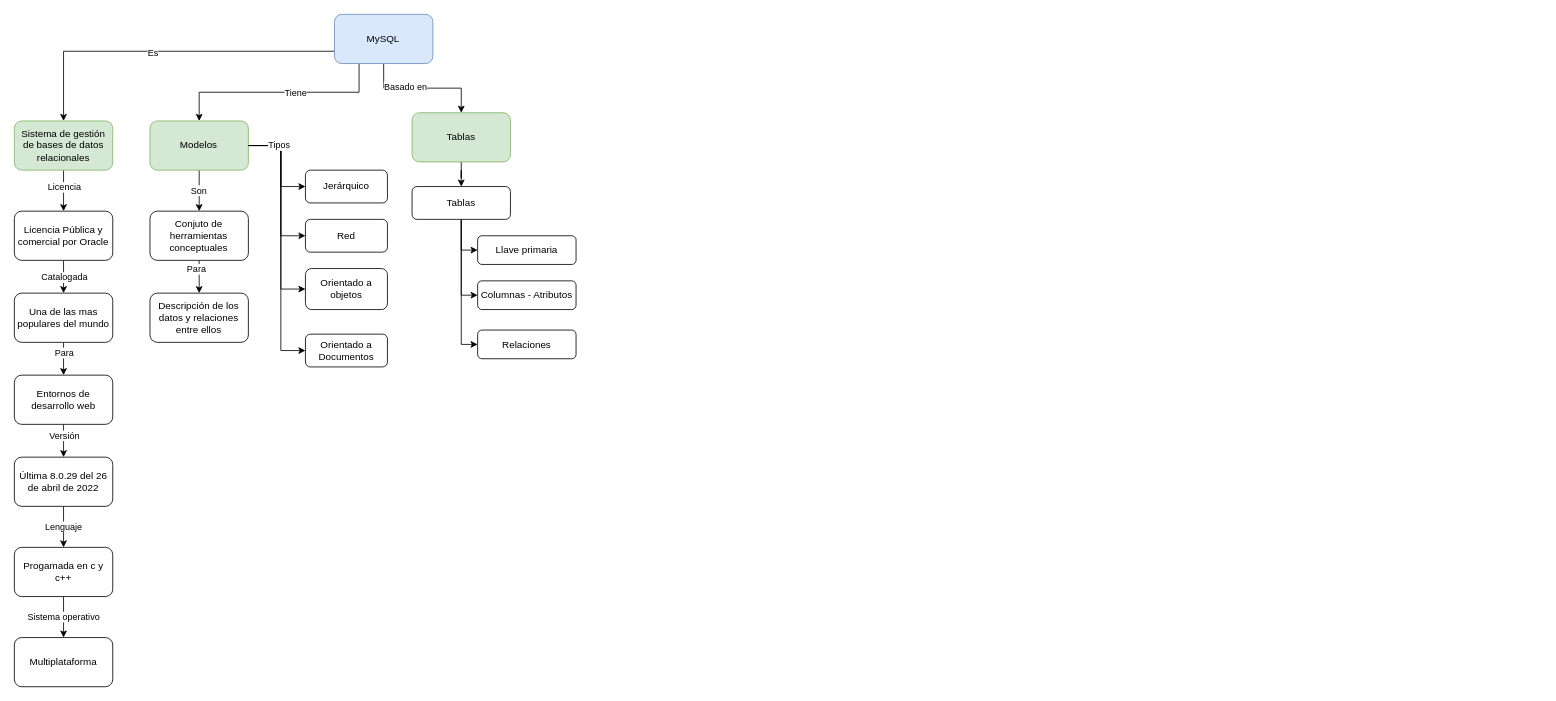
This is MySql.drawio from selobu/diagramas, a draw.io file, before an edit. Source tidied: cells renumbered, new cells numbered last; positions are measured from the earlier drawing's top-left corner, leaving out a move shared by most shapes. Both pictures are drawn from the tidied source at 82%, with x=0, y=0 at pixel (14, 14).
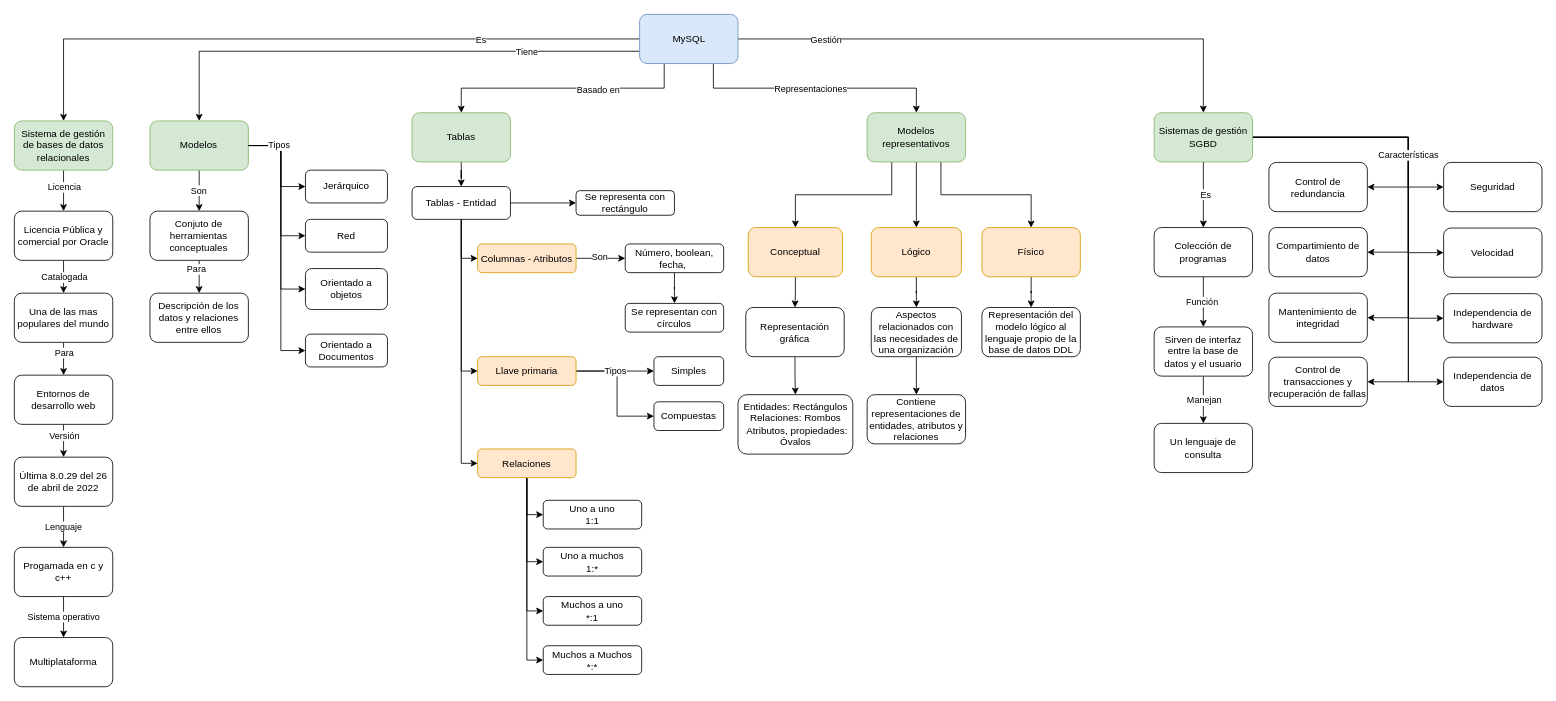
The same diagram, later.

Unchanged cells that the change refers to:
```xml
<mxCell id="17" value="Sistema de gestión de bases de datos relacionales" style="rounded=1;whiteSpace=wrap;html=1;fillColor=#d5e8d4;strokeColor=#82b366;" parent="1" vertex="1">
  <mxGeometry y="130" width="120" height="60" as="geometry" />
</mxCell>
<mxCell id="28" value="Modelos" style="rounded=1;whiteSpace=wrap;html=1;fillColor=#d5e8d4;strokeColor=#82b366;" parent="1" vertex="1">
  <mxGeometry x="165.4" y="130" width="120" height="60" as="geometry" />
</mxCell>
<mxCell id="41" value="Tablas" style="rounded=1;whiteSpace=wrap;html=1;fillColor=#d5e8d4;strokeColor=#82b366;" parent="1" vertex="1">
  <mxGeometry x="485" y="120" width="120" height="60" as="geometry" />
</mxCell>
```

Diff of the diagram source:
```diff
@@
+    <mxCell id="49" style="edgeStyle=orthogonalEdgeStyle;rounded=0;jettySize=auto;html=1;exitX=1;exitY=0.5;exitDx=0;exitDy=0;entryX=0;entryY=0.5;entryDx=0;entryDy=0;" parent="1" edge="1" source="46" target="63">
+      <mxGeometry relative="1" as="geometry">
+        <Array as="points">
+          <mxPoint x="735" y="435" />
+          <mxPoint x="735" y="490" />
+        </Array>
+      </mxGeometry>
+    </mxCell>
-    <mxCell id="2" style="edgeStyle=orthogonalEdgeStyle;rounded=0;jettySize=auto;html=1;exitX=0;exitY=0.75;exitDx=0;exitDy=0;" parent="1" edge="1" source="8" target="17">
+    <mxCell id="2" style="edgeStyle=orthogonalEdgeStyle;rounded=0;jettySize=auto;html=1;exitX=0;exitY=0.5;exitDx=0;exitDy=0;" parent="1" edge="1" source="8" target="17">
       <mxGeometry relative="1" as="geometry" />
     </mxCell>
     <mxCell id="3" value="Es" style="edgeLabel;html=1;align=center;verticalAlign=middle;" parent="2" vertex="1">
-      <mxGeometry x="0.07" y="1" relative="1" as="geometry" />
+      <mxGeometry x="0.07" y="1" relative="1" as="geometry">
+        <mxPoint x="235" y="-1" as="offset" />
+      </mxGeometry>
     </mxCell>
-    <mxCell id="4" style="edgeStyle=orthogonalEdgeStyle;rounded=0;jettySize=auto;html=1;exitX=0.25;exitY=1;exitDx=0;exitDy=0;entryX=0.5;entryY=0;entryDx=0;entryDy=0;" parent="1" edge="1" source="8" target="28">
+    <mxCell id="4" style="edgeStyle=orthogonalEdgeStyle;rounded=0;jettySize=auto;html=1;exitX=0;exitY=0.75;exitDx=0;exitDy=0;entryX=0.5;entryY=0;entryDx=0;entryDy=0;" parent="1" edge="1" source="8" target="28">
       <mxGeometry relative="1" as="geometry" />
     </mxCell>
     <mxCell id="5" value="Tiene" style="edgeLabel;html=1;align=center;verticalAlign=middle;" parent="4" vertex="1">
-      <mxGeometry x="-0.15" relative="1" as="geometry" />
+      <mxGeometry x="-0.15" relative="1" as="geometry">
+        <mxPoint x="126" as="offset" />
+      </mxGeometry>
     </mxCell>
-    <mxCell id="6" style="edgeStyle=orthogonalEdgeStyle;rounded=0;jettySize=auto;html=1;" parent="1" edge="1" source="8" target="41">
+    <mxCell id="6" style="edgeStyle=orthogonalEdgeStyle;rounded=0;jettySize=auto;html=1;exitX=0.25;exitY=1;exitDx=0;exitDy=0;" parent="1" edge="1" source="8" target="41">
       <mxGeometry relative="1" as="geometry" />
     </mxCell>
@@
+    <mxCell id="50" style="edgeStyle=orthogonalEdgeStyle;rounded=0;jettySize=auto;html=1;exitX=0.75;exitY=1;exitDx=0;exitDy=0;" parent="1" edge="1" source="8" target="75">
+      <mxGeometry relative="1" as="geometry" />
+    </mxCell>
+    <mxCell id="51" value="Representaciones" style="edgeLabel;html=1;align=center;verticalAlign=middle;" parent="50" vertex="1">
+      <mxGeometry x="-0.19" relative="1" as="geometry">
+        <mxPoint x="23" as="offset" />
+      </mxGeometry>
+    </mxCell>
+    <mxCell id="52" style="edgeStyle=orthogonalEdgeStyle;rounded=0;jettySize=auto;html=1;" parent="1" edge="1" source="8" target="99">
+      <mxGeometry relative="1" as="geometry" />
+    </mxCell>
+    <mxCell id="53" value="Gestión" style="edgeLabel;html=1;align=center;verticalAlign=middle;" parent="52" vertex="1">
+      <mxGeometry x="0.43" y="3" relative="1" as="geometry">
+        <mxPoint x="-363" y="3" as="offset" />
+      </mxGeometry>
+    </mxCell>
     <mxCell id="8" value="MySQL" style="rounded=1;whiteSpace=wrap;html=1;fillColor=#dae8fc;strokeColor=#6c8ebf;" parent="1" vertex="1">
-      <mxGeometry x="390.4" width="120" height="60" as="geometry" />
+      <mxGeometry x="762.5" width="120" height="60" as="geometry" />
     </mxCell>
@@
+    <mxCell id="54" style="edgeStyle=orthogonalEdgeStyle;rounded=0;jettySize=auto;html=1;exitX=1;exitY=0.5;exitDx=0;exitDy=0;entryX=0;entryY=0.5;entryDx=0;entryDy=0;" parent="1" edge="1" source="45" target="70">
+      <mxGeometry relative="1" as="geometry" />
+    </mxCell>
-    <mxCell id="45" value="Tablas" style="rounded=1;whiteSpace=wrap;html=1;" parent="1" vertex="1">
+    <mxCell id="45" value="Tablas - Entidad" style="rounded=1;whiteSpace=wrap;html=1;" parent="1" vertex="1">
       <mxGeometry x="485" y="210" width="120" height="40" as="geometry" />
     </mxCell>
+    <mxCell id="55" value="Tipos" style="edgeStyle=orthogonalEdgeStyle;rounded=0;jettySize=auto;html=1;" parent="1" edge="1" source="46" target="62">
+      <mxGeometry relative="1" as="geometry">
+        <Array as="points">
+          <mxPoint x="785" y="435" />
+          <mxPoint x="785" y="435" />
+        </Array>
+      </mxGeometry>
+    </mxCell>
-    <mxCell id="46" value="Llave primaria" style="rounded=1;whiteSpace=wrap;html=1;" parent="1" vertex="1">
-      <mxGeometry x="565" y="270" width="120" height="35" as="geometry" />
+    <mxCell id="46" value="Llave primaria" style="rounded=1;whiteSpace=wrap;html=1;fillColor=#ffe6cc;strokeColor=#d79b00;" parent="1" vertex="1">
+      <mxGeometry x="565" y="417.5" width="120" height="35" as="geometry" />
     </mxCell>
+    <mxCell id="56" style="edgeStyle=orthogonalEdgeStyle;rounded=0;jettySize=auto;html=1;exitX=1;exitY=0.5;exitDx=0;exitDy=0;entryX=0;entryY=0.5;entryDx=0;entryDy=0;" parent="1" edge="1" source="47" target="68">
+      <mxGeometry relative="1" as="geometry" />
+    </mxCell>
+    <mxCell id="57" value="Son" style="edgeLabel;html=1;align=center;verticalAlign=middle;" parent="56" vertex="1">
+      <mxGeometry x="-0.06" y="2" relative="1" as="geometry" />
+    </mxCell>
-    <mxCell id="47" value="Columnas - Atributos" style="rounded=1;whiteSpace=wrap;html=1;" parent="1" vertex="1">
-      <mxGeometry x="565" y="325" width="120" height="35" as="geometry" />
+    <mxCell id="47" value="Columnas - Atributos" style="rounded=1;whiteSpace=wrap;html=1;fillColor=#ffe6cc;strokeColor=#d79b00;" parent="1" vertex="1">
+      <mxGeometry x="565" y="280" width="120" height="35" as="geometry" />
     </mxCell>
+    <mxCell id="58" style="edgeStyle=orthogonalEdgeStyle;rounded=0;jettySize=auto;html=1;entryX=0;entryY=0.5;entryDx=0;entryDy=0;" parent="1" edge="1" source="48" target="64">
+      <mxGeometry relative="1" as="geometry" />
+    </mxCell>
+    <mxCell id="59" style="edgeStyle=orthogonalEdgeStyle;rounded=0;jettySize=auto;html=1;exitX=0.5;exitY=1;exitDx=0;exitDy=0;entryX=0;entryY=0.5;entryDx=0;entryDy=0;" parent="1" edge="1" source="48" target="65">
+      <mxGeometry relative="1" as="geometry" />
+    </mxCell>
+    <mxCell id="60" style="edgeStyle=orthogonalEdgeStyle;rounded=0;jettySize=auto;html=1;exitX=0.5;exitY=1;exitDx=0;exitDy=0;entryX=0;entryY=0.5;entryDx=0;entryDy=0;" parent="1" edge="1" source="48" target="66">
+      <mxGeometry relative="1" as="geometry" />
+    </mxCell>
+    <mxCell id="61" style="edgeStyle=orthogonalEdgeStyle;rounded=0;jettySize=auto;html=1;exitX=0.5;exitY=1;exitDx=0;exitDy=0;entryX=0;entryY=0.5;entryDx=0;entryDy=0;" parent="1" edge="1" source="48" target="71">
+      <mxGeometry relative="1" as="geometry" />
+    </mxCell>
-    <mxCell id="48" value="Relaciones" style="rounded=1;whiteSpace=wrap;html=1;" parent="1" vertex="1">
-      <mxGeometry x="565" y="385" width="120" height="35" as="geometry" />
+    <mxCell id="48" value="Relaciones" style="rounded=1;whiteSpace=wrap;html=1;fillColor=#ffe6cc;strokeColor=#d79b00;" parent="1" vertex="1">
+      <mxGeometry x="565" y="530" width="120" height="35" as="geometry" />
     </mxCell>
+    <mxCell id="62" value="Simples" style="rounded=1;whiteSpace=wrap;html=1;" parent="1" vertex="1">
+      <mxGeometry x="780" y="417.5" width="85" height="35" as="geometry" />
+    </mxCell>
+    <mxCell id="63" value="Compuestas" style="rounded=1;whiteSpace=wrap;html=1;" parent="1" vertex="1">
+      <mxGeometry x="780" y="472.5" width="85" height="35" as="geometry" />
+    </mxCell>
+    <mxCell id="64" value="Uno a uno&lt;br&gt;1:1" style="rounded=1;whiteSpace=wrap;html=1;" parent="1" vertex="1">
+      <mxGeometry x="645" y="592.6" width="120" height="35" as="geometry" />
+    </mxCell>
+    <mxCell id="65" value="Uno a muchos&lt;br&gt;1:*" style="rounded=1;whiteSpace=wrap;html=1;" parent="1" vertex="1">
+      <mxGeometry x="645" y="650" width="120" height="35" as="geometry" />
+    </mxCell>
+    <mxCell id="66" value="Muchos a uno&lt;br&gt;*:1" style="rounded=1;whiteSpace=wrap;html=1;" parent="1" vertex="1">
+      <mxGeometry x="645" y="710" width="120" height="35" as="geometry" />
+    </mxCell>
+    <mxCell id="67" style="edgeStyle=orthogonalEdgeStyle;rounded=0;jettySize=auto;html=1;" parent="1" edge="1" source="68" target="69">
+      <mxGeometry relative="1" as="geometry" />
+    </mxCell>
+    <mxCell id="68" value="Número, boolean, fecha,&amp;nbsp;" style="rounded=1;whiteSpace=wrap;html=1;" parent="1" vertex="1">
+      <mxGeometry x="745" y="280" width="120" height="35" as="geometry" />
+    </mxCell>
+    <mxCell id="69" value="Se representan con círculos" style="rounded=1;whiteSpace=wrap;html=1;" parent="1" vertex="1">
+      <mxGeometry x="745" y="352.5" width="120" height="35" as="geometry" />
+    </mxCell>
+    <mxCell id="70" value="Se representa con rectángulo" style="whiteSpace=wrap;html=1;rounded=1;" parent="1" vertex="1">
+      <mxGeometry x="685" y="215" width="120" height="30" as="geometry" />
+    </mxCell>
+    <mxCell id="71" value="Muchos a Muchos&lt;br&gt;*:*" style="rounded=1;whiteSpace=wrap;html=1;" parent="1" vertex="1">
+      <mxGeometry x="645" y="770" width="120" height="35" as="geometry" />
+    </mxCell>
+    <mxCell id="72" style="edgeStyle=orthogonalEdgeStyle;rounded=0;jettySize=auto;html=1;exitX=0.25;exitY=1;exitDx=0;exitDy=0;" parent="1" edge="1" source="75" target="77">
+      <mxGeometry relative="1" as="geometry" />
+    </mxCell>
+    <mxCell id="73" style="edgeStyle=orthogonalEdgeStyle;rounded=0;jettySize=auto;html=1;exitX=0.5;exitY=1;exitDx=0;exitDy=0;" parent="1" edge="1" source="75" target="79">
+      <mxGeometry relative="1" as="geometry" />
+    </mxCell>
+    <mxCell id="74" style="edgeStyle=orthogonalEdgeStyle;rounded=0;jettySize=auto;html=1;exitX=0.75;exitY=1;exitDx=0;exitDy=0;" parent="1" edge="1" source="75" target="87">
+      <mxGeometry relative="1" as="geometry" />
+    </mxCell>
+    <mxCell id="75" value="Modelos representativos" style="whiteSpace=wrap;html=1;fillColor=#d5e8d4;strokeColor=#82b366;rounded=1;" parent="1" vertex="1">
+      <mxGeometry x="1040" y="120" width="120" height="60" as="geometry" />
+    </mxCell>
+    <mxCell id="76" style="edgeStyle=orthogonalEdgeStyle;rounded=0;jettySize=auto;html=1;" parent="1" edge="1" source="77" target="81">
+      <mxGeometry relative="1" as="geometry" />
+    </mxCell>
+    <mxCell id="77" value="Conceptual" style="whiteSpace=wrap;html=1;rounded=1;fillColor=#ffe6cc;strokeColor=#d79b00;" parent="1" vertex="1">
+      <mxGeometry x="895" y="260" width="115" height="60" as="geometry" />
+    </mxCell>
+    <mxCell id="78" style="edgeStyle=orthogonalEdgeStyle;rounded=0;jettySize=auto;html=1;" parent="1" edge="1" source="79" target="84">
+      <mxGeometry relative="1" as="geometry" />
+    </mxCell>
+    <mxCell id="79" value="Lógico" style="whiteSpace=wrap;html=1;rounded=1;fillColor=#ffe6cc;strokeColor=#d79b00;" parent="1" vertex="1">
+      <mxGeometry x="1045" y="260" width="110" height="60" as="geometry" />
+    </mxCell>
+    <mxCell id="80" style="edgeStyle=orthogonalEdgeStyle;rounded=0;jettySize=auto;html=1;" parent="1" edge="1" source="81" target="82">
+      <mxGeometry relative="1" as="geometry" />
+    </mxCell>
+    <mxCell id="81" value="Representación gráfica" style="whiteSpace=wrap;html=1;rounded=1;" parent="1" vertex="1">
+      <mxGeometry x="892" y="357.5" width="120" height="60" as="geometry" />
+    </mxCell>
+    <mxCell id="82" value="Entidades: Rectángulos&lt;br&gt;Relaciones: Rombos&lt;br&gt;&amp;nbsp;Atributos, propiedades: Óvalos" style="whiteSpace=wrap;html=1;rounded=1;" parent="1" vertex="1">
+      <mxGeometry x="882.5" y="463.8" width="140" height="72.5" as="geometry" />
+    </mxCell>
+    <mxCell id="83" style="edgeStyle=orthogonalEdgeStyle;rounded=0;jettySize=auto;html=1;exitX=0.5;exitY=1;exitDx=0;exitDy=0;" parent="1" edge="1" source="84" target="85">
+      <mxGeometry relative="1" as="geometry" />
+    </mxCell>
+    <mxCell id="84" value="Aspectos relacionados con las necesidades de una organización" style="whiteSpace=wrap;html=1;rounded=1;" parent="1" vertex="1">
+      <mxGeometry x="1045" y="357.5" width="110" height="60" as="geometry" />
+    </mxCell>
+    <mxCell id="85" value="Contiene representaciones de entidades, atributos y relaciones" style="whiteSpace=wrap;html=1;rounded=1;" parent="1" vertex="1">
+      <mxGeometry x="1040" y="463.8" width="120" height="60" as="geometry" />
+    </mxCell>
+    <mxCell id="86" style="edgeStyle=orthogonalEdgeStyle;rounded=0;jettySize=auto;html=1;" parent="1" edge="1" source="87" target="88">
+      <mxGeometry relative="1" as="geometry" />
+    </mxCell>
+    <mxCell id="87" value="Físico" style="whiteSpace=wrap;html=1;rounded=1;fillColor=#ffe6cc;strokeColor=#d79b00;" parent="1" vertex="1">
+      <mxGeometry x="1180" y="260" width="120" height="60" as="geometry" />
+    </mxCell>
+    <mxCell id="88" value="Representación del modelo lógico al lenguaje propio de la base de datos DDL" style="whiteSpace=wrap;html=1;rounded=1;" parent="1" vertex="1">
+      <mxGeometry x="1180" y="357.5" width="120" height="60" as="geometry" />
+    </mxCell>
+    <mxCell id="89" style="edgeStyle=orthogonalEdgeStyle;rounded=0;jettySize=auto;html=1;" parent="1" edge="1" source="99" target="101">
+      <mxGeometry relative="1" as="geometry" />
+    </mxCell>
+    <mxCell id="90" value="Es" style="edgeLabel;html=1;align=center;verticalAlign=middle;" parent="89" vertex="1">
+      <mxGeometry x="-0.03" y="2" relative="1" as="geometry" />
+    </mxCell>
+    <mxCell id="91" style="edgeStyle=orthogonalEdgeStyle;rounded=0;jettySize=auto;html=1;exitX=1;exitY=0.5;exitDx=0;exitDy=0;entryX=1;entryY=0.5;entryDx=0;entryDy=0;" parent="1" edge="1" source="99" target="109">
+      <mxGeometry relative="1" as="geometry">
+        <Array as="points">
+          <mxPoint x="1700" y="150" />
+          <mxPoint x="1700" y="290" />
+        </Array>
+      </mxGeometry>
+    </mxCell>
+    <mxCell id="92" style="edgeStyle=orthogonalEdgeStyle;rounded=0;jettySize=auto;html=1;exitX=1;exitY=0.5;exitDx=0;exitDy=0;entryX=1;entryY=0.5;entryDx=0;entryDy=0;" parent="1" edge="1" source="99" target="108">
+      <mxGeometry relative="1" as="geometry">
+        <Array as="points">
+          <mxPoint x="1700" y="150" />
+          <mxPoint x="1700" y="370" />
+        </Array>
+      </mxGeometry>
+    </mxCell>
+    <mxCell id="93" style="edgeStyle=orthogonalEdgeStyle;rounded=0;jettySize=auto;html=1;exitX=1;exitY=0.5;exitDx=0;exitDy=0;entryX=1;entryY=0.5;entryDx=0;entryDy=0;" parent="1" edge="1" source="99" target="107">
+      <mxGeometry relative="1" as="geometry">
+        <Array as="points">
+          <mxPoint x="1700" y="150" />
+          <mxPoint x="1700" y="448" />
+        </Array>
+      </mxGeometry>
+    </mxCell>
+    <mxCell id="94" style="edgeStyle=orthogonalEdgeStyle;rounded=0;jettySize=auto;html=1;exitX=1;exitY=0.5;exitDx=0;exitDy=0;entryX=1;entryY=0.5;entryDx=0;entryDy=0;" parent="1" edge="1" source="99" target="106">
+      <mxGeometry relative="1" as="geometry">
+        <Array as="points">
+          <mxPoint x="1700" y="150" />
+          <mxPoint x="1700" y="211" />
+        </Array>
+      </mxGeometry>
+    </mxCell>
+    <mxCell id="95" style="edgeStyle=orthogonalEdgeStyle;rounded=0;jettySize=auto;html=1;exitX=1;exitY=0.5;exitDx=0;exitDy=0;entryX=0;entryY=0.5;entryDx=0;entryDy=0;" parent="1" edge="1" source="99" target="111">
+      <mxGeometry relative="1" as="geometry">
+        <Array as="points">
+          <mxPoint x="1700" y="150" />
+          <mxPoint x="1700" y="211" />
+        </Array>
+      </mxGeometry>
+    </mxCell>
+    <mxCell id="96" style="edgeStyle=orthogonalEdgeStyle;rounded=0;jettySize=auto;html=1;exitX=1;exitY=0.5;exitDx=0;exitDy=0;entryX=0;entryY=0.5;entryDx=0;entryDy=0;" parent="1" edge="1" source="99" target="112">
+      <mxGeometry relative="1" as="geometry">
+        <Array as="points">
+          <mxPoint x="1700" y="150" />
+          <mxPoint x="1700" y="291" />
+        </Array>
+      </mxGeometry>
+    </mxCell>
+    <mxCell id="97" style="edgeStyle=orthogonalEdgeStyle;rounded=0;jettySize=auto;html=1;exitX=1;exitY=0.5;exitDx=0;exitDy=0;entryX=0;entryY=0.5;entryDx=0;entryDy=0;" parent="1" edge="1" source="99" target="113">
+      <mxGeometry relative="1" as="geometry">
+        <Array as="points">
+          <mxPoint x="1700" y="150" />
+          <mxPoint x="1700" y="371" />
+        </Array>
+      </mxGeometry>
+    </mxCell>
+    <mxCell id="98" value="Características" style="edgeStyle=orthogonalEdgeStyle;rounded=0;jettySize=auto;html=1;exitX=1;exitY=0.5;exitDx=0;exitDy=0;entryX=0;entryY=0.5;entryDx=0;entryDy=0;" parent="1" edge="1" source="99" target="110">
+      <mxGeometry x="-0.2" relative="1" as="geometry">
+        <Array as="points">
+          <mxPoint x="1700" y="150" />
+          <mxPoint x="1700" y="448" />
+        </Array>
+      </mxGeometry>
+    </mxCell>
+    <mxCell id="99" value="Sistemas de gestión&lt;br&gt;SGBD" style="rounded=1;whiteSpace=wrap;html=1;fillColor=#d5e8d4;strokeColor=#82b366;" parent="1" vertex="1">
+      <mxGeometry x="1390" y="120" width="120" height="60" as="geometry" />
+    </mxCell>
+    <mxCell id="100" value="Función&lt;span style=&quot;white-space: pre;&quot;&gt; &lt;/span&gt;" style="edgeStyle=orthogonalEdgeStyle;rounded=0;jettySize=auto;html=1;" parent="1" edge="1" source="101" target="104">
+      <mxGeometry relative="1" as="geometry" />
+    </mxCell>
+    <mxCell id="101" value="Colección de programas" style="rounded=1;whiteSpace=wrap;html=1;" parent="1" vertex="1">
+      <mxGeometry x="1390" y="260" width="120" height="60" as="geometry" />
+    </mxCell>
+    <mxCell id="102" style="edgeStyle=orthogonalEdgeStyle;rounded=0;jettySize=auto;html=1;" parent="1" edge="1" source="104" target="105">
+      <mxGeometry relative="1" as="geometry" />
+    </mxCell>
+    <mxCell id="103" value="Manejan" style="edgeLabel;html=1;align=center;verticalAlign=middle;" parent="102" vertex="1">
+      <mxGeometry x="-0.53" y="-1" relative="1" as="geometry">
+        <mxPoint x="1" y="15" as="offset" />
+      </mxGeometry>
+    </mxCell>
+    <mxCell id="104" value="Sirven de interfaz entre la base de datos y el usuario" style="whiteSpace=wrap;html=1;rounded=1;" parent="1" vertex="1">
+      <mxGeometry x="1390" y="381.2" width="120" height="60" as="geometry" />
+    </mxCell>
+    <mxCell id="105" value="Un lenguaje de consulta" style="whiteSpace=wrap;html=1;rounded=1;" parent="1" vertex="1">
+      <mxGeometry x="1390" y="498.8" width="120" height="60" as="geometry" />
+    </mxCell>
+    <mxCell id="106" value="Control de redundancia" style="rounded=1;whiteSpace=wrap;html=1;" parent="1" vertex="1">
+      <mxGeometry x="1530" y="180.6" width="120" height="60" as="geometry" />
+    </mxCell>
+    <mxCell id="107" value="Control de transacciones y recuperación de fallas" style="rounded=1;whiteSpace=wrap;html=1;" parent="1" vertex="1">
+      <mxGeometry x="1530" y="418.1" width="120" height="60" as="geometry" />
+    </mxCell>
+    <mxCell id="108" value="Mantenimiento de integridad" style="rounded=1;whiteSpace=wrap;html=1;" parent="1" vertex="1">
+      <mxGeometry x="1530" y="340" width="120" height="60" as="geometry" />
+    </mxCell>
+    <mxCell id="109" value="Compartimiento de datos" style="rounded=1;whiteSpace=wrap;html=1;" parent="1" vertex="1">
+      <mxGeometry x="1530" y="260" width="120" height="60" as="geometry" />
+    </mxCell>
+    <mxCell id="110" value="Independencia de datos" style="rounded=1;whiteSpace=wrap;html=1;" parent="1" vertex="1">
+      <mxGeometry x="1743" y="418.1" width="120" height="60" as="geometry" />
+    </mxCell>
+    <mxCell id="111" value="Seguridad" style="rounded=1;whiteSpace=wrap;html=1;" parent="1" vertex="1">
+      <mxGeometry x="1743" y="180.6" width="120" height="60" as="geometry" />
+    </mxCell>
+    <mxCell id="112" value="Velocidad" style="rounded=1;whiteSpace=wrap;html=1;" parent="1" vertex="1">
+      <mxGeometry x="1743" y="260.6" width="120" height="60" as="geometry" />
+    </mxCell>
+    <mxCell id="113" value="Independencia de hardware" style="rounded=1;whiteSpace=wrap;html=1;" parent="1" vertex="1">
+      <mxGeometry x="1743" y="340.6" width="120" height="60" as="geometry" />
+    </mxCell>
```
